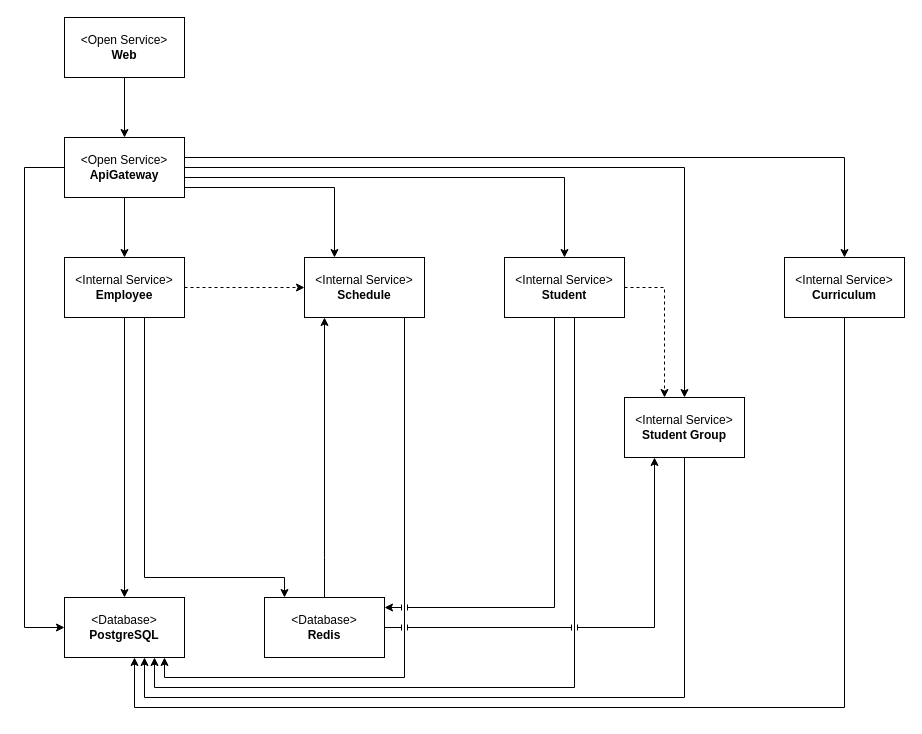
Earlier version of the draw.io diagram docs/architecture.drawio (IrusHunter/duckademic). Source tidied: cells renumbered, new cells numbered last; positions are measured from the earlier drawing's top-left corner, leaving out a move shared by most shapes. Both pictures are drawn from the tidied source at 100%, with x=0, y=0 at pixel (24, 17).
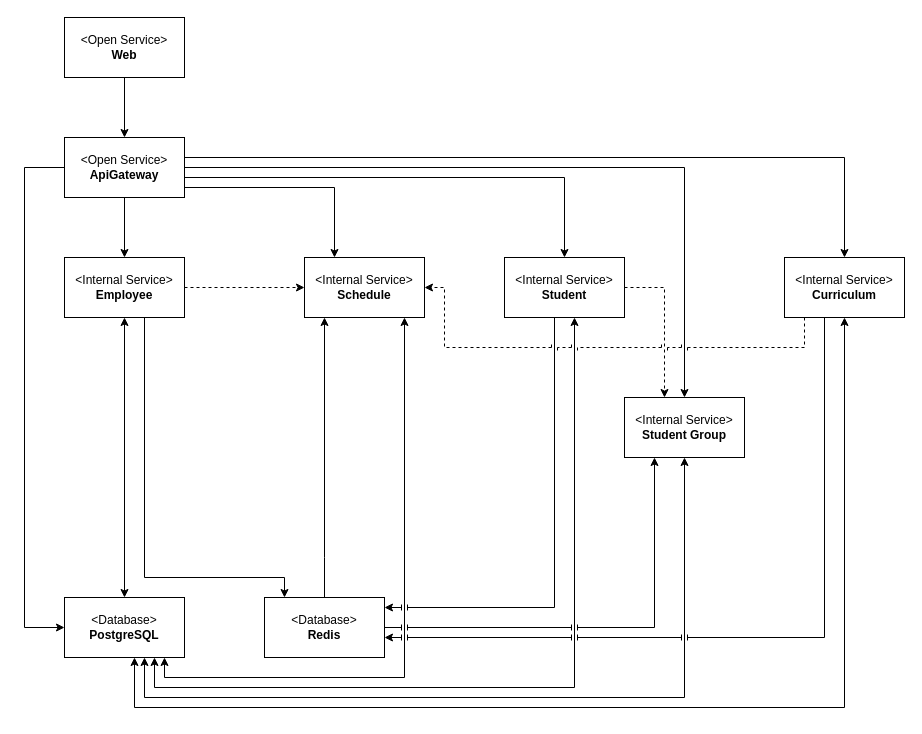
Above is the later version.

The change refers to these unchanged cells:
```xml
<mxCell id="9" value="&amp;lt;Internal Service&amp;gt;&lt;div&gt;&lt;b&gt;Employee&lt;/b&gt;&lt;/div&gt;" style="html=1;whiteSpace=wrap;" parent="1" vertex="1">
  <mxGeometry x="40" y="240" width="120" height="60" as="geometry" />
</mxCell>
<mxCell id="10" value="&amp;lt;Database&amp;gt;&lt;div&gt;&lt;b&gt;PostgreSQL&lt;/b&gt;&lt;/div&gt;" style="html=1;whiteSpace=wrap;" parent="1" vertex="1">
  <mxGeometry x="40" y="580" width="120" height="60" as="geometry" />
</mxCell>
<mxCell id="11" value="&amp;lt;Internal Service&amp;gt;&lt;div&gt;&lt;b&gt;Schedule&lt;/b&gt;&lt;/div&gt;" style="html=1;whiteSpace=wrap;" parent="1" vertex="1">
  <mxGeometry x="280" y="240" width="120" height="60" as="geometry" />
</mxCell>
<mxCell id="12" value="&amp;lt;Database&amp;gt;&lt;div&gt;&lt;b&gt;Redis&lt;/b&gt;&lt;/div&gt;" style="html=1;whiteSpace=wrap;" parent="1" vertex="1">
  <mxGeometry x="240" y="580" width="120" height="60" as="geometry" />
</mxCell>
<mxCell id="17" value="&amp;lt;Internal Service&amp;gt;&lt;div&gt;&lt;b&gt;Student&lt;/b&gt;&lt;/div&gt;" style="html=1;whiteSpace=wrap;" parent="1" vertex="1">
  <mxGeometry x="480" y="240" width="120" height="60" as="geometry" />
</mxCell>
<mxCell id="21" value="&amp;lt;Internal Service&amp;gt;&lt;div&gt;&lt;b&gt;Student Group&lt;/b&gt;&lt;/div&gt;" style="html=1;whiteSpace=wrap;" parent="1" vertex="1">
  <mxGeometry x="600" y="380" width="120" height="60" as="geometry" />
</mxCell>
<mxCell id="27" value="&amp;lt;Internal Service&amp;gt;&lt;div&gt;&lt;b&gt;Curriculum&lt;/b&gt;&lt;/div&gt;" style="html=1;whiteSpace=wrap;" parent="1" vertex="1">
  <mxGeometry x="760" y="240" width="120" height="60" as="geometry" />
</mxCell>
```

The edit, as a diff of the source:
```diff
@@
-    <mxCell id="8" style="edgeStyle=none;html=1;" parent="1" edge="1" source="9" target="10">
+    <mxCell id="8" style="edgeStyle=none;html=1;startArrow=classic;startFill=1;" parent="1" edge="1" source="9" target="10">
       <mxGeometry relative="1" as="geometry" />
     </mxCell>
@@
-    <mxCell id="16" style="edgeStyle=orthogonalEdgeStyle;html=1;rounded=0;curved=0;" parent="1" edge="1" source="11" target="10">
+    <mxCell id="16" style="edgeStyle=orthogonalEdgeStyle;html=1;rounded=0;curved=0;startArrow=classic;startFill=1;" parent="1" edge="1" source="11" target="10">
       <mxGeometry relative="1" as="geometry">
         <Array as="points">
           <mxPoint x="380" y="660" />
           <mxPoint x="140" y="660" />
         </Array>
       </mxGeometry>
     </mxCell>
@@
-    <mxCell id="19" style="edgeStyle=orthogonalEdgeStyle;html=1;rounded=0;curved=0;jumpStyle=line;" parent="1" edge="1" source="17" target="10">
+    <mxCell id="19" style="edgeStyle=orthogonalEdgeStyle;html=1;rounded=0;curved=0;jumpStyle=line;startArrow=classic;startFill=1;" parent="1" edge="1" source="17" target="10">
       <mxGeometry relative="1" as="geometry">
         <Array as="points">
           <mxPoint x="550" y="670" />
           <mxPoint x="130" y="670" />
         </Array>
       </mxGeometry>
     </mxCell>
@@
-    <mxCell id="23" style="edgeStyle=orthogonalEdgeStyle;html=1;rounded=0;curved=0;jumpStyle=line;" parent="1" edge="1" source="21" target="10">
+    <mxCell id="23" style="edgeStyle=orthogonalEdgeStyle;html=1;rounded=0;curved=0;jumpStyle=line;startArrow=classic;startFill=1;" parent="1" edge="1" source="21" target="10">
       <mxGeometry relative="1" as="geometry">
         <Array as="points">
           <mxPoint x="660" y="680" />
           <mxPoint x="120" y="680" />
         </Array>
       </mxGeometry>
     </mxCell>
@@
-    <mxCell id="29" style="edgeStyle=orthogonalEdgeStyle;html=1;rounded=0;curved=0;jumpStyle=line;" parent="1" edge="1" source="27" target="10">
+    <mxCell id="29" style="edgeStyle=orthogonalEdgeStyle;html=1;rounded=0;curved=0;jumpStyle=line;startArrow=classic;startFill=1;" parent="1" edge="1" source="27" target="10">
       <mxGeometry relative="1" as="geometry">
         <Array as="points">
           <mxPoint x="820" y="690" />
           <mxPoint x="110" y="690" />
         </Array>
       </mxGeometry>
     </mxCell>
+    <mxCell id="30" style="edgeStyle=orthogonalEdgeStyle;html=1;rounded=0;curved=0;jumpStyle=line;" parent="1" edge="1" source="27" target="12">
+      <mxGeometry relative="1" as="geometry">
+        <Array as="points">
+          <mxPoint x="800" y="620" />
+        </Array>
+      </mxGeometry>
+    </mxCell>
+    <mxCell id="31" style="edgeStyle=orthogonalEdgeStyle;html=1;rounded=0;curved=0;dashed=1;jumpStyle=line;" parent="1" edge="1" source="27" target="11">
+      <mxGeometry relative="1" as="geometry">
+        <Array as="points">
+          <mxPoint x="780" y="330" />
+          <mxPoint x="420" y="330" />
+          <mxPoint x="420" y="270" />
+        </Array>
+      </mxGeometry>
+    </mxCell>
```
